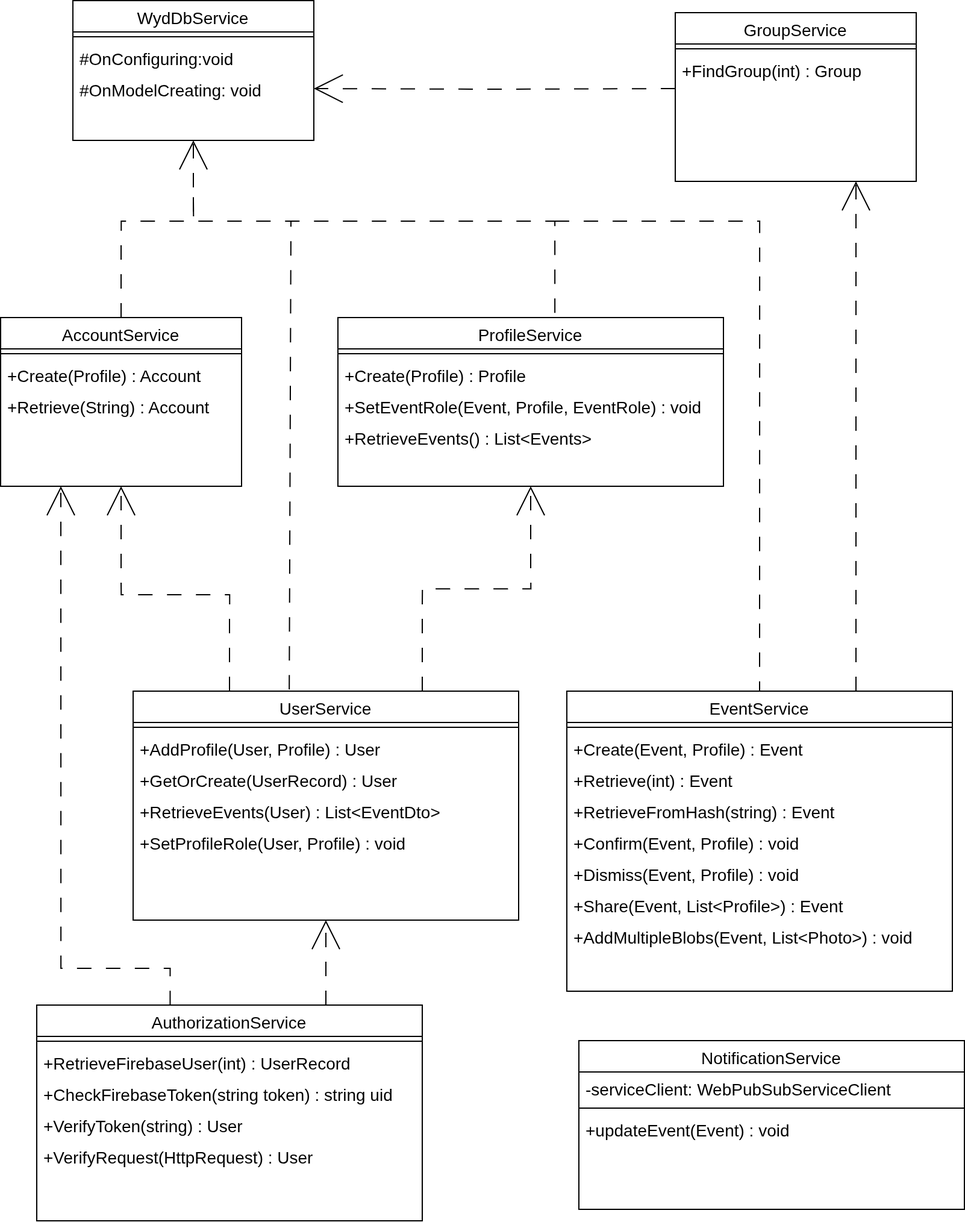
This is latex/immagini/ServiceClassDiagram.png from RedDuality/Tesi, a draw.io export, as it was before one commit. Source tidied: cells renumbered, new cells last; positions are measured from the earlier drawing's top-left corner, leaving out a move shared by most shapes.
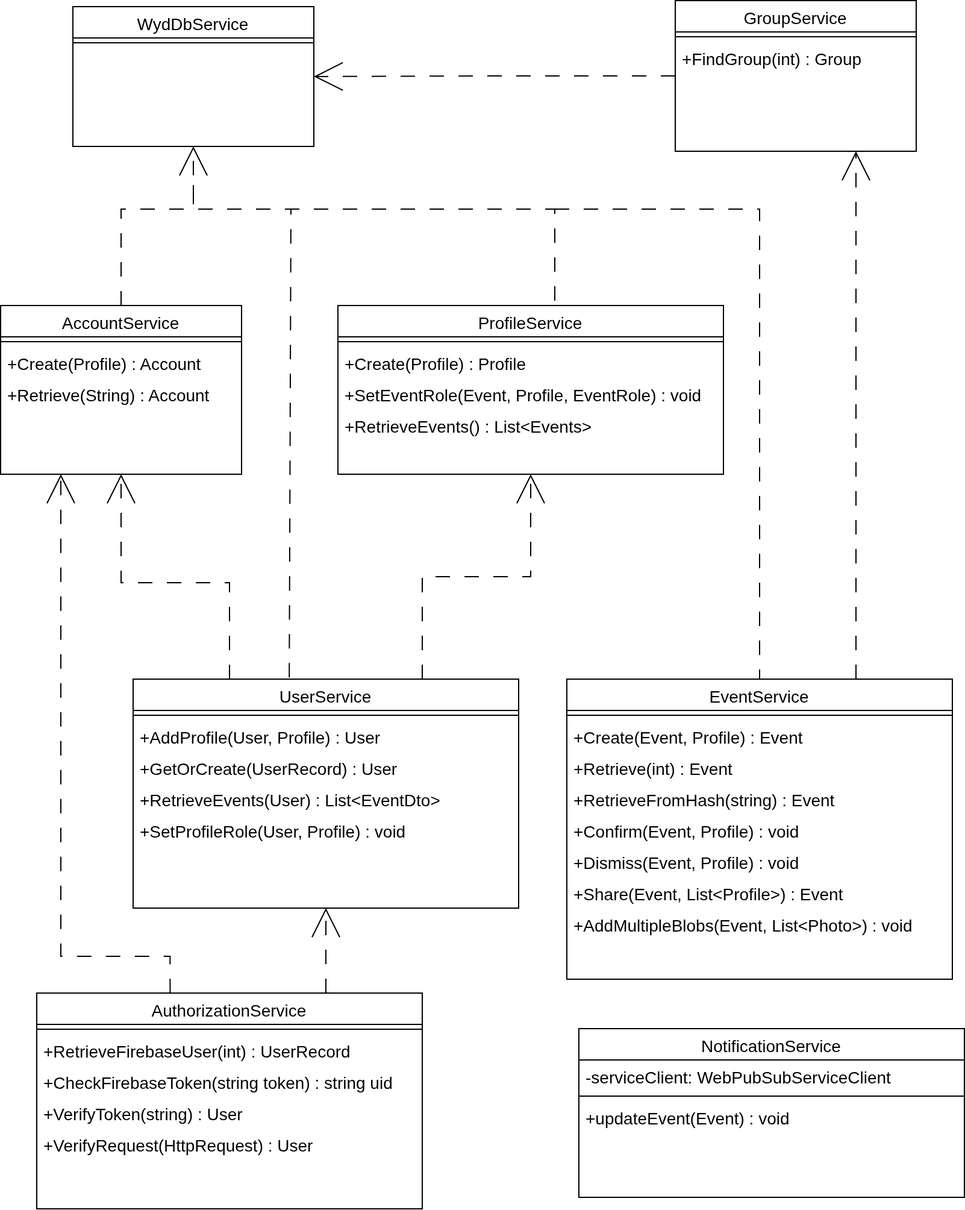
The same diagram one commit later.

Diff of the diagram source:
```diff
@@ -66,17 +66,11 @@
       <mxGeometry y="60" width="200" height="26" as="geometry" />
     </mxCell>
     <mxCell id="23" value="WydDbService" style="swimlane;fontStyle=0;align=center;verticalAlign=top;horizontal=1;startSize=26;rounded=0;shadow=0;strokeWidth=1;fontSize=14;" parent="1" vertex="1">
-      <mxGeometry x="60" width="200" height="116" as="geometry" />
+      <mxGeometry x="60" y="15" width="200" height="116" as="geometry" />
     </mxCell>
     <mxCell id="24" style="line;html=1;strokeWidth=1;align=left;verticalAlign=middle;spacingTop=-1;spacingLeft=3;spacingRight=3;labelPosition=right;fontSize=14;" parent="23" vertex="1">
       <mxGeometry y="26" width="200" height="8" as="geometry" />
     </mxCell>
-    <mxCell id="25" value="#OnConfiguring:void" style="text;align=left;verticalAlign=top;spacingLeft=4;spacingRight=4;overflow=hidden;rounded=0;shadow=0;html=0;fontSize=14;" parent="23" vertex="1">
-      <mxGeometry y="34" width="200" height="26" as="geometry" />
-    </mxCell>
-    <mxCell id="26" value="#OnModelCreating: void" style="text;align=left;verticalAlign=top;spacingLeft=4;spacingRight=4;overflow=hidden;points=[[0,0.5],[1,0.5]];portConstraint=eastwest;rounded=0;shadow=0;html=0;fontSize=14;" parent="23" vertex="1">
-      <mxGeometry y="60" width="200" height="26" as="geometry" />
-    </mxCell>
     <mxCell id="27" style="endArrow=open;html=1;rounded=0;exitX=0.5;exitY=0;exitDx=0;exitDy=0;entryX=0.5;entryY=1;entryDx=0;entryDy=0;dashed=1;dashPattern=12 12;endFill=0;endSize=22;edgeStyle=orthogonalEdgeStyle;fontSize=14;" parent="1" edge="1" source="19" target="23">
       <mxGeometry relative="1" as="geometry">
         <Array as="points">
@@ -157,7 +151,7 @@
       </mxGeometry>
     </mxCell>
     <mxCell id="44" value="GroupService" style="swimlane;fontStyle=0;align=center;verticalAlign=top;horizontal=1;startSize=26;rounded=0;shadow=0;strokeWidth=1;fontSize=14;" parent="1" vertex="1">
-      <mxGeometry x="560" y="10" width="200" height="140" as="geometry" />
+      <mxGeometry x="560" y="10" width="200" height="125" as="geometry" />
     </mxCell>
     <mxCell id="45" style="line;html=1;strokeWidth=1;align=left;verticalAlign=middle;spacingTop=-1;spacingLeft=3;spacingRight=3;labelPosition=right;fontSize=14;" parent="44" vertex="1">
       <mxGeometry y="26" width="200" height="8" as="geometry" />
@@ -180,10 +174,8 @@
     <mxCell id="51" value="+updateEvent(Event) : void" style="text;align=left;verticalAlign=top;spacingLeft=4;spacingRight=4;overflow=hidden;rounded=0;shadow=0;html=0;fontSize=14;" parent="48" vertex="1">
       <mxGeometry y="60" width="320" height="26" as="geometry" />
     </mxCell>
-    <mxCell id="52" style="endArrow=open;html=1;rounded=0;entryX=1;entryY=0.5;entryDx=0;entryDy=0;dashed=1;dashPattern=12 12;endFill=0;endSize=22;edgeStyle=orthogonalEdgeStyle;fontSize=14;" parent="1" edge="1" target="26">
-      <mxGeometry relative="1" as="geometry">
-        <mxPoint x="560" y="73" as="sourcePoint" />
-      </mxGeometry>
+    <mxCell id="52" style="endArrow=open;html=1;rounded=0;dashed=1;dashPattern=12 12;endFill=0;endSize=22;edgeStyle=orthogonalEdgeStyle;fontSize=14;entryX=1;entryY=0.5;entryDx=0;entryDy=0;exitX=0;exitY=0.5;exitDx=0;exitDy=0;" parent="1" edge="1" source="44" target="23">
+      <mxGeometry relative="1" as="geometry" />
     </mxCell>
   </root>
 </mxGraphModel>
```
